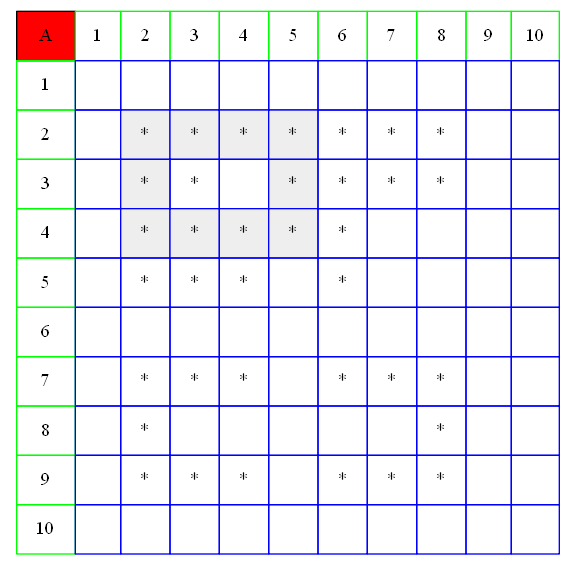
The Graphviz diagram Resultado.dot.png in AbidelLux/Proyecto02_1S2021IPC2_JAMES, before a commit. Its source is kept beside it as Resultado.dot.
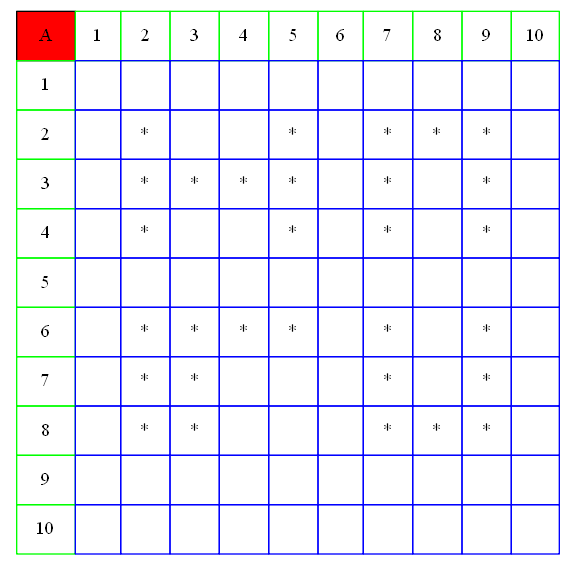
Later version of the same file.

Change to the diagram source:
```diff
@@ -7,14 +7,14 @@
 		<table border="0" color="green" cellpadding="10" cellborder="1" cellspacing="0">
 	<tr><td bgcolor = "red" color="black"> A </td><td color="green">1</td><td color="green">2</td><td color="green">3</td><td color="green">4</td><td color="green">5</td><td color="green">6</td><td color="green">7</td><td color="green">8</td><td color="green">9</td><td color="green">10</td></tr>
 			<tr><td color="green"> 1 </td><td color="blue">   </td><td color="blue">   </td><td color="blue">   </td><td color="blue">   </td><td color="blue">   </td><td color="blue">   </td><td color="blue">   </td><td color="blue">   </td><td color="blue">   </td><td color="blue">   </td></tr>
-			<tr><td color="green"> 2 </td><td color="blue">   </td><td color="blue" bgcolor="#eeeeee"> * </td><td color="blue" bgcolor="#eeeeee"> * </td><td color="blue" bgcolor="#eeeeee"> * </td><td color="blue" bgcolor="#eeeeee"> * </td><td color="blue"> * </td><td color="blue"> * </td><td color="blue"> * </td><td color="blue">   </td><td color="blue">   </td></tr>
-			<tr><td color="green"> 3 </td><td color="blue">   </td><td color="blue" bgcolor="#eeeeee"> * </td><td color="blue"> * </td><td color="blue">   </td><td color="blue" bgcolor="#eeeeee"> * </td><td color="blue"> * </td><td color="blue"> * </td><td color="blue"> * </td><td color="blue">   </td><td color="blue">   </td></tr>
-			<tr><td color="green"> 4 </td><td color="blue">   </td><td color="blue" bgcolor="#eeeeee"> * </td><td color="blue" bgcolor="#eeeeee"> * </td><td color="blue" bgcolor="#eeeeee"> * </td><td color="blue" bgcolor="#eeeeee"> * </td><td color="blue"> * </td><td color="blue">   </td><td color="blue">   </td><td color="blue">   </td><td color="blue">   </td></tr>
-			<tr><td color="green"> 5 </td><td color="blue">   </td><td color="blue"> * </td><td color="blue"> * </td><td color="blue"> * </td><td color="blue">   </td><td color="blue"> * </td><td color="blue">   </td><td color="blue">   </td><td color="blue">   </td><td color="blue">   </td></tr>
-			<tr><td color="green"> 6 </td><td color="blue">   </td><td color="blue">   </td><td color="blue">   </td><td color="blue">   </td><td color="blue">   </td><td color="blue">   </td><td color="blue">   </td><td color="blue">   </td><td color="blue">   </td><td color="blue">   </td></tr>
-			<tr><td color="green"> 7 </td><td color="blue">   </td><td color="blue"> * </td><td color="blue"> * </td><td color="blue"> * </td><td color="blue">   </td><td color="blue"> * </td><td color="blue"> * </td><td color="blue"> * </td><td color="blue">   </td><td color="blue">   </td></tr>
-			<tr><td color="green"> 8 </td><td color="blue">   </td><td color="blue"> * </td><td color="blue">   </td><td color="blue">   </td><td color="blue">   </td><td color="blue">   </td><td color="blue">   </td><td color="blue"> * </td><td color="blue">   </td><td color="blue">   </td></tr>
-			<tr><td color="green"> 9 </td><td color="blue">   </td><td color="blue"> * </td><td color="blue"> * </td><td color="blue"> * </td><td color="blue">   </td><td color="blue"> * </td><td color="blue"> * </td><td color="blue"> * </td><td color="blue">   </td><td color="blue">   </td></tr>
+			<tr><td color="green"> 2 </td><td color="blue">   </td><td color="blue"> * </td><td color="blue">   </td><td color="blue">   </td><td color="blue"> * </td><td color="blue">   </td><td color="blue"> * </td><td color="blue"> * </td><td color="blue"> * </td><td color="blue">   </td></tr>
+			<tr><td color="green"> 3 </td><td color="blue">   </td><td color="blue"> * </td><td color="blue"> * </td><td color="blue"> * </td><td color="blue"> * </td><td color="blue">   </td><td color="blue"> * </td><td color="blue">   </td><td color="blue"> * </td><td color="blue">   </td></tr>
+			<tr><td color="green"> 4 </td><td color="blue">   </td><td color="blue"> * </td><td color="blue">   </td><td color="blue">   </td><td color="blue"> * </td><td color="blue">   </td><td color="blue"> * </td><td color="blue">   </td><td color="blue"> * </td><td color="blue">   </td></tr>
+			<tr><td color="green"> 5 </td><td color="blue">   </td><td color="blue">   </td><td color="blue">   </td><td color="blue">   </td><td color="blue">   </td><td color="blue">   </td><td color="blue">   </td><td color="blue">   </td><td color="blue">   </td><td color="blue">   </td></tr>
+			<tr><td color="green"> 6 </td><td color="blue">   </td><td color="blue"> * </td><td color="blue"> * </td><td color="blue"> * </td><td color="blue"> * </td><td color="blue">   </td><td color="blue"> * </td><td color="blue">   </td><td color="blue"> * </td><td color="blue">   </td></tr>
+			<tr><td color="green"> 7 </td><td color="blue">   </td><td color="blue"> * </td><td color="blue"> * </td><td color="blue">   </td><td color="blue">   </td><td color="blue">   </td><td color="blue"> * </td><td color="blue">   </td><td color="blue"> * </td><td color="blue">   </td></tr>
+			<tr><td color="green"> 8 </td><td color="blue">   </td><td color="blue"> * </td><td color="blue"> * </td><td color="blue">   </td><td color="blue">   </td><td color="blue">   </td><td color="blue"> * </td><td color="blue"> * </td><td color="blue"> * </td><td color="blue">   </td></tr>
+			<tr><td color="green"> 9 </td><td color="blue">   </td><td color="blue">   </td><td color="blue">   </td><td color="blue">   </td><td color="blue">   </td><td color="blue">   </td><td color="blue">   </td><td color="blue">   </td><td color="blue">   </td><td color="blue">   </td></tr>
 			<tr><td color="green"> 10 </td><td color="blue">   </td><td color="blue">   </td><td color="blue">   </td><td color="blue">   </td><td color="blue">   </td><td color="blue">   </td><td color="blue">   </td><td color="blue">   </td><td color="blue">   </td><td color="blue">   </td></tr>
 			</table>
 		>];
```
